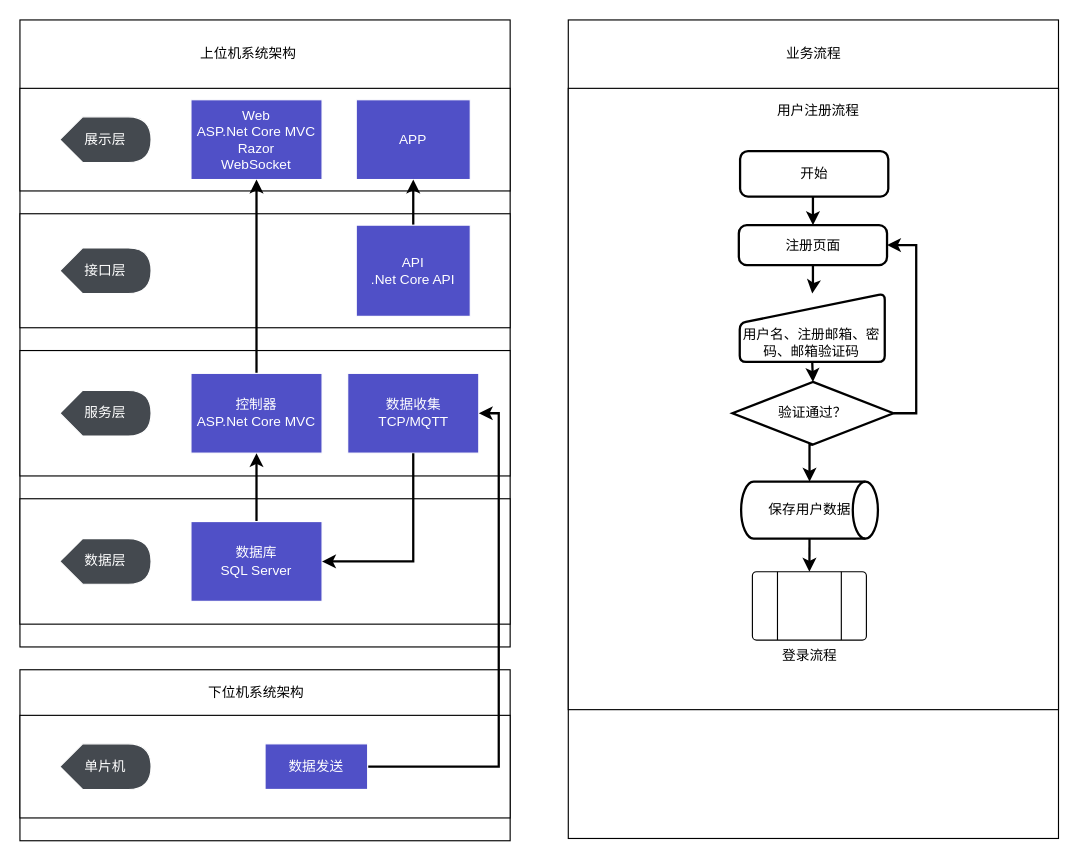
wisdomLei/FakeMicroBlog keeps this draw.io diagram as page "系统架构" (1 of 3) of SystemArch.drawio. Above is the earlier version. Source tidied: cells renumbered, new cells numbered last; positions are measured from the earlier drawing's top-left corner, leaving out a move shared by most shapes. Both pictures are drawn from the tidied source at 114%, with x=0, y=0 at pixel (19, 19).
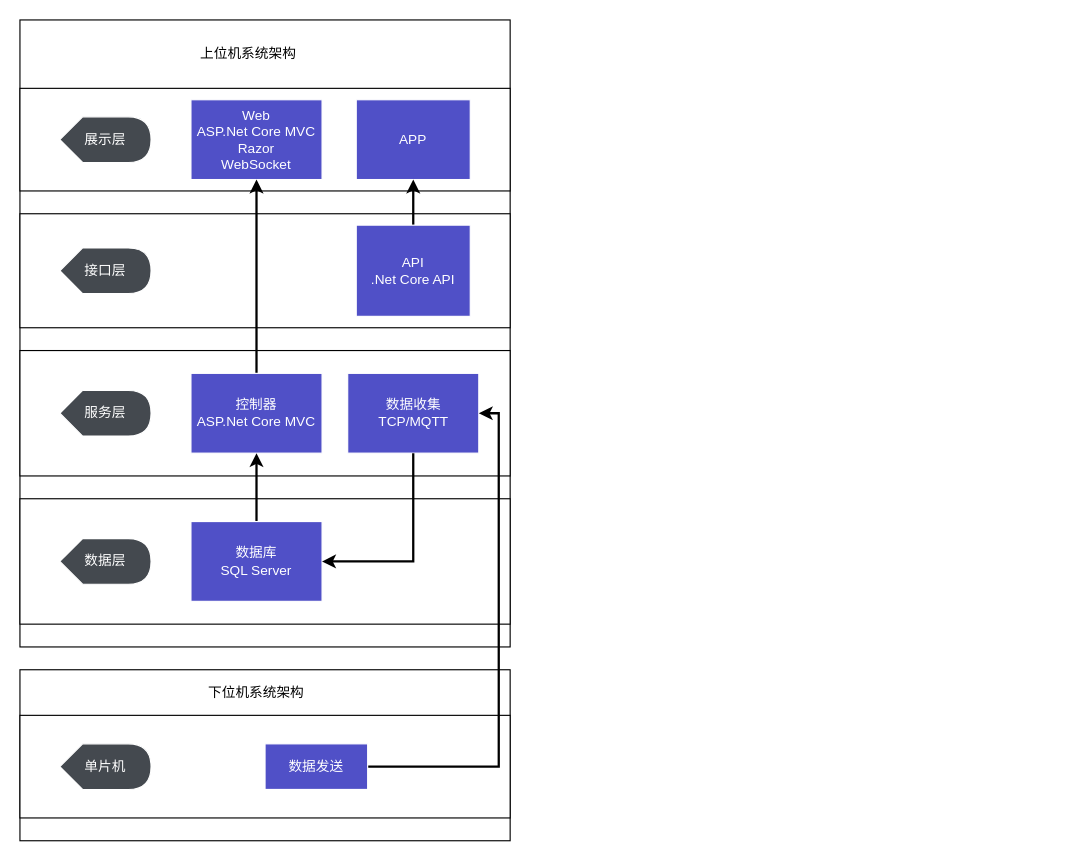
The same page after the edit.

Commit message:
修改排版，添加数据库UML半成品

What changed in the source:
```diff
@@
-    <mxCell id="2" style="rounded=0;whiteSpace=wrap;html=1;gradientDirection=north;fillColor=#FFFFFF;" parent="1" vertex="1">
+    <mxCell id="2" style="rounded=0;whiteSpace=wrap;html=1;gradientDirection=north;" parent="1" vertex="1">
       <mxGeometry width="430" height="550" as="geometry" />
     </mxCell>
@@
-    <mxCell id="22" style="rounded=0;whiteSpace=wrap;html=1;gradientDirection=north;fillColor=#FFFFFF;" parent="1" vertex="1">
+    <mxCell id="22" style="rounded=0;whiteSpace=wrap;html=1;gradientDirection=north;" parent="1" vertex="1">
       <mxGeometry y="570" width="430" height="150" as="geometry" />
     </mxCell>
@@
-    <mxCell id="28" style="rounded=0;whiteSpace=wrap;html=1;gradientDirection=north;fillColor=#FFFFFF;" parent="1" vertex="1">
-      <mxGeometry x="481" width="430" height="718" as="geometry" />
-    </mxCell>
-    <mxCell id="29" value="业务流程" style="text;html=1;strokeColor=none;fillColor=none;align=center;verticalAlign=middle;whiteSpace=wrap;rounded=0;" parent="1" vertex="1">
-      <mxGeometry x="645.5" y="20" width="101" height="20" as="geometry" />
-    </mxCell>
-    <mxCell id="30" style="rounded=0;whiteSpace=wrap;html=1;" parent="1" vertex="1">
-      <mxGeometry x="481" y="60" width="430" height="545" as="geometry" />
-    </mxCell>
-    <mxCell id="31" value="用户注册流程" style="text;html=1;strokeColor=none;fillColor=none;align=center;verticalAlign=middle;whiteSpace=wrap;rounded=0;" parent="1" vertex="1">
-      <mxGeometry x="654" y="70" width="92.5" height="20" as="geometry" />
-    </mxCell>
-    <mxCell id="32" style="edgeStyle=orthogonalEdgeStyle;rounded=0;jettySize=auto;html=1;exitX=0.5;exitY=1;exitDx=0;exitDy=0;entryX=0.5;entryY=0;entryDx=0;entryDy=0;entryPerimeter=0;strokeWidth=2;" parent="1" edge="1" source="33" target="36">
-      <mxGeometry relative="1" as="geometry" />
-    </mxCell>
-    <mxCell id="33" value="用户名、注册邮箱、密码、邮箱验证码" style="html=1;strokeWidth=2;shape=manualInput;whiteSpace=wrap;rounded=1;size=26;arcSize=11;verticalAlign=bottom;" parent="1" vertex="1">
-      <mxGeometry x="631.4" y="240" width="127.2" height="60" as="geometry" />
-    </mxCell>
-    <mxCell id="34" style="edgeStyle=orthogonalEdgeStyle;rounded=0;jettySize=auto;html=1;exitX=1;exitY=0.5;exitDx=0;exitDy=0;exitPerimeter=0;entryX=1;entryY=0.5;entryDx=0;entryDy=0;strokeWidth=2;" parent="1" edge="1" source="36" target="40">
-      <mxGeometry relative="1" as="geometry" />
-    </mxCell>
-    <mxCell id="35" style="edgeStyle=orthogonalEdgeStyle;rounded=0;jettySize=auto;html=1;exitX=0.5;exitY=1;exitDx=0;exitDy=0;exitPerimeter=0;entryX=0.5;entryY=0;entryDx=0;entryDy=0;entryPerimeter=0;strokeWidth=2;" parent="1" edge="1" source="36" target="38">
-      <mxGeometry relative="1" as="geometry" />
-    </mxCell>
-    <mxCell id="36" value="验证通过？" style="strokeWidth=2;html=1;shape=mxgraph.flowchart.decision;whiteSpace=wrap;" parent="1" vertex="1">
-      <mxGeometry x="625" y="317.5" width="141.2" height="55" as="geometry" />
-    </mxCell>
-    <mxCell id="37" style="edgeStyle=orthogonalEdgeStyle;rounded=0;jettySize=auto;html=1;exitX=0.5;exitY=1;exitDx=0;exitDy=0;exitPerimeter=0;entryX=0.5;entryY=0;entryDx=0;entryDy=0;strokeWidth=2;" parent="1" edge="1" source="38" target="43">
-      <mxGeometry relative="1" as="geometry" />
-    </mxCell>
-    <mxCell id="38" value="保存用户数据" style="strokeWidth=2;html=1;shape=mxgraph.flowchart.direct_data;whiteSpace=wrap;align=center;" parent="1" vertex="1">
-      <mxGeometry x="632.6" y="405" width="120" height="50" as="geometry" />
-    </mxCell>
-    <mxCell id="39" style="edgeStyle=orthogonalEdgeStyle;rounded=0;jettySize=auto;html=1;exitX=0.5;exitY=1;exitDx=0;exitDy=0;strokeWidth=2;" parent="1" edge="1" source="40" target="33">
-      <mxGeometry relative="1" as="geometry" />
-    </mxCell>
-    <mxCell id="40" value="注册页面" style="rounded=1;whiteSpace=wrap;html=1;absoluteArcSize=1;arcSize=14;strokeWidth=2;align=center;" parent="1" vertex="1">
-      <mxGeometry x="630.6" y="180" width="130" height="35" as="geometry" />
-    </mxCell>
-    <mxCell id="41" style="edgeStyle=orthogonalEdgeStyle;rounded=0;jettySize=auto;html=1;exitX=0.5;exitY=1;exitDx=0;exitDy=0;entryX=0.5;entryY=0;entryDx=0;entryDy=0;strokeWidth=2;" parent="1" edge="1" source="42" target="40">
-      <mxGeometry relative="1" as="geometry" />
-    </mxCell>
-    <mxCell id="42" value="开始" style="rounded=1;whiteSpace=wrap;html=1;absoluteArcSize=1;arcSize=14;strokeWidth=2;align=center;" parent="1" vertex="1">
-      <mxGeometry x="631.7" y="115" width="130" height="40" as="geometry" />
-    </mxCell>
-    <mxCell id="43" value="登录流程" style="verticalLabelPosition=bottom;verticalAlign=top;html=1;shape=process;whiteSpace=wrap;rounded=1;size=0.22380000000000108;arcSize=6;align=center;" parent="1" vertex="1">
-      <mxGeometry x="642.5" y="484" width="100" height="60" as="geometry" />
-    </mxCell>
```
